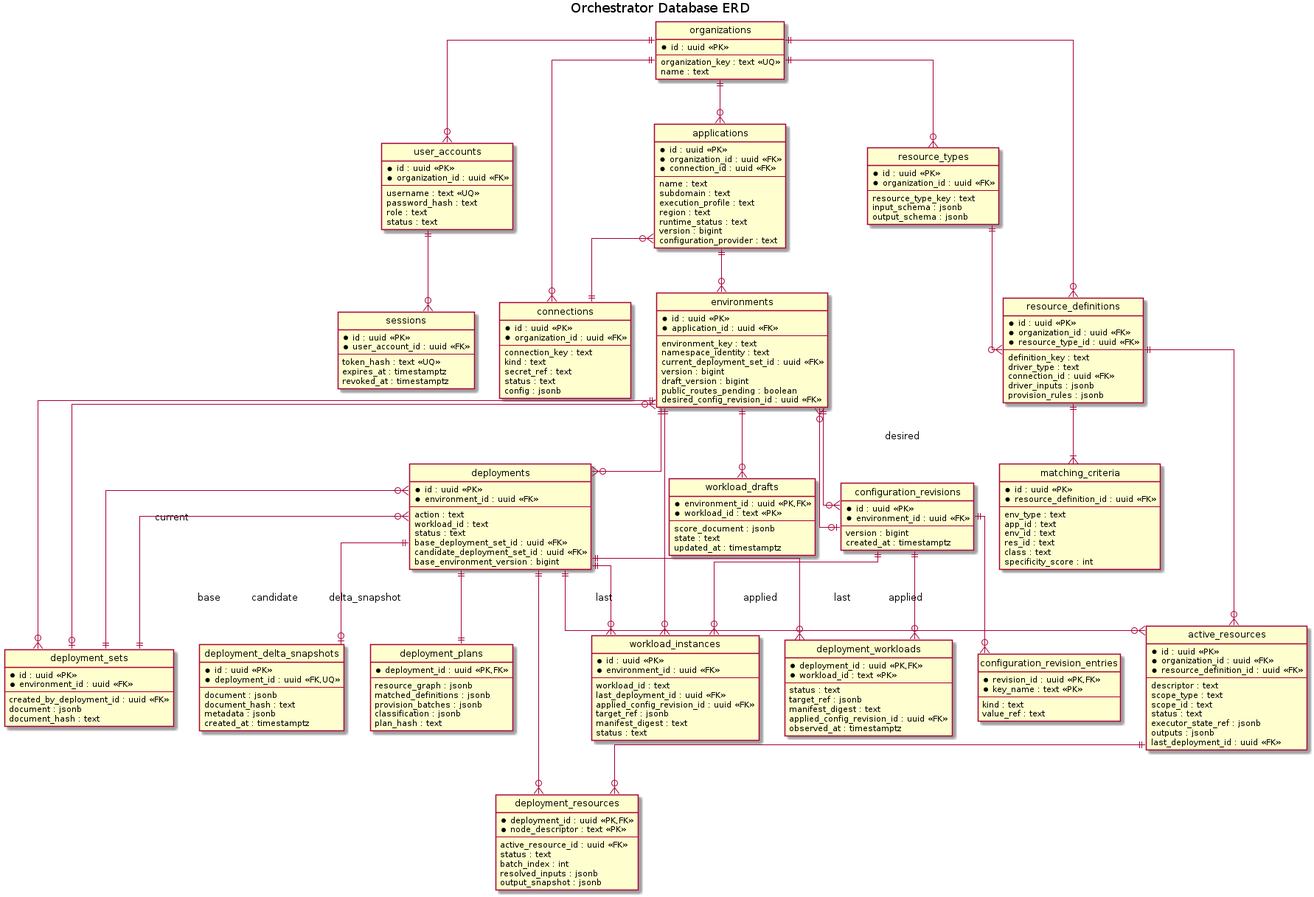
Before: orchestrator_docs/architecture/database/erd.png, a diagram exported from PlantUML (pr3s3nt/poc). Its source is kept beside it as orchestrator_docs/architecture/database/erd.puml.
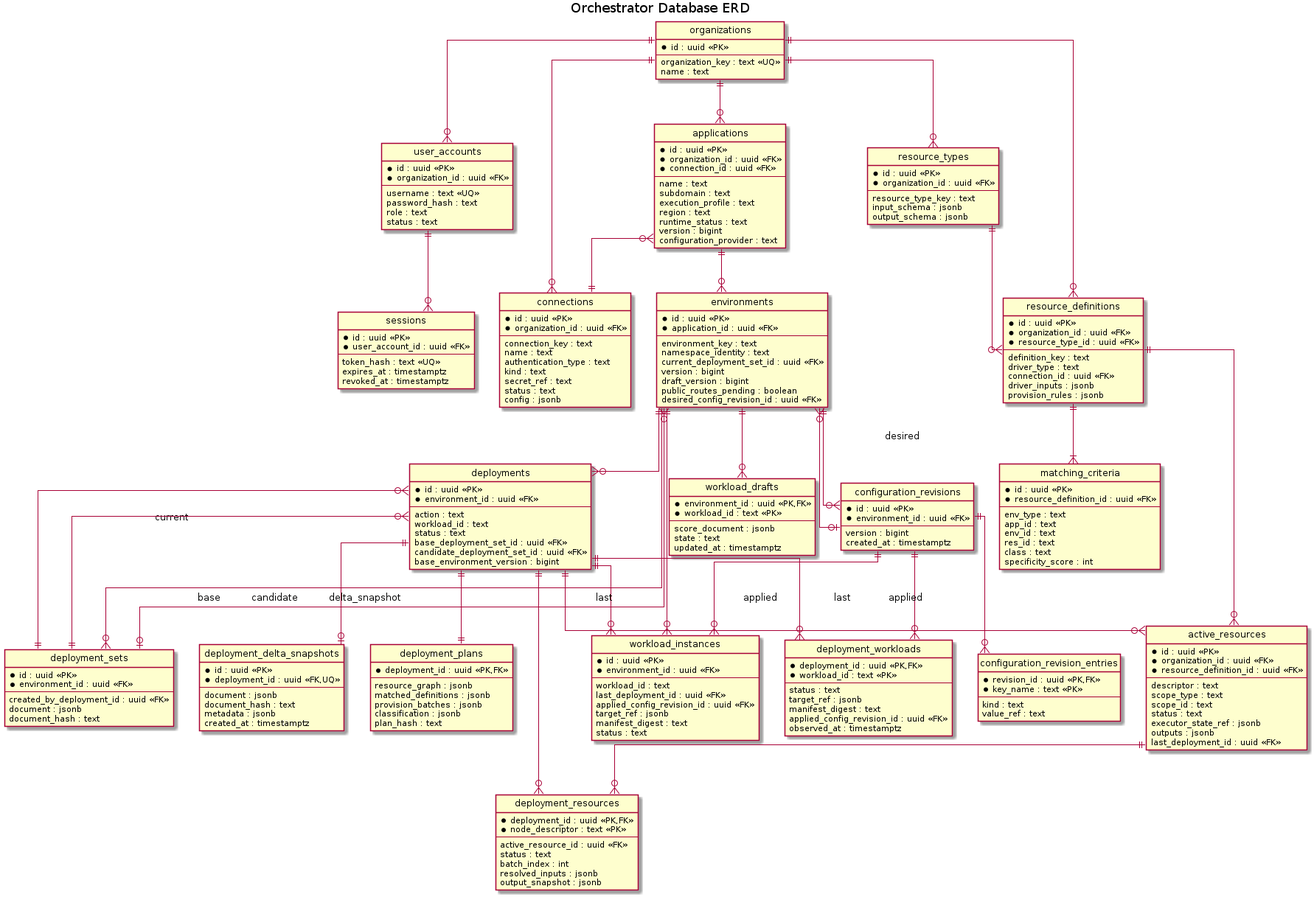
After the change.

The edit, as a diff of the source:
```diff
@@ -31,6 +31,8 @@
   * organization_id : uuid <<FK>>
   --
   connection_key : text
+  name : text
+  authentication_type : text
   kind : text
   secret_ref : text
   status : text
```
